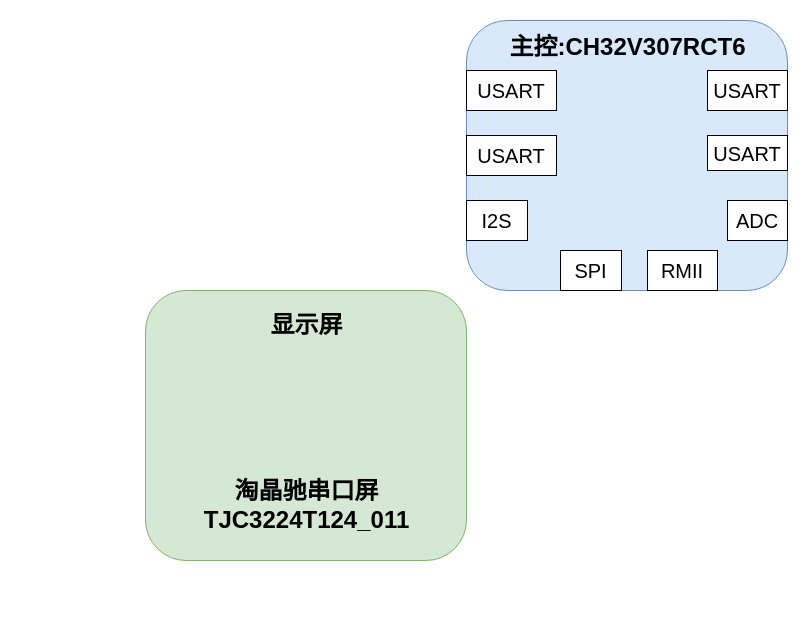
Above: 硬件架构图.drawio in zeandon/draw.io (draw.io), before the change. Source tidied: cells renumbered, new cells numbered last; positions are measured from the earlier drawing's top-left corner, leaving out a move shared by most shapes. Both pictures are drawn from the tidied source at 100%, with x=0, y=0 at pixel (145, 20).
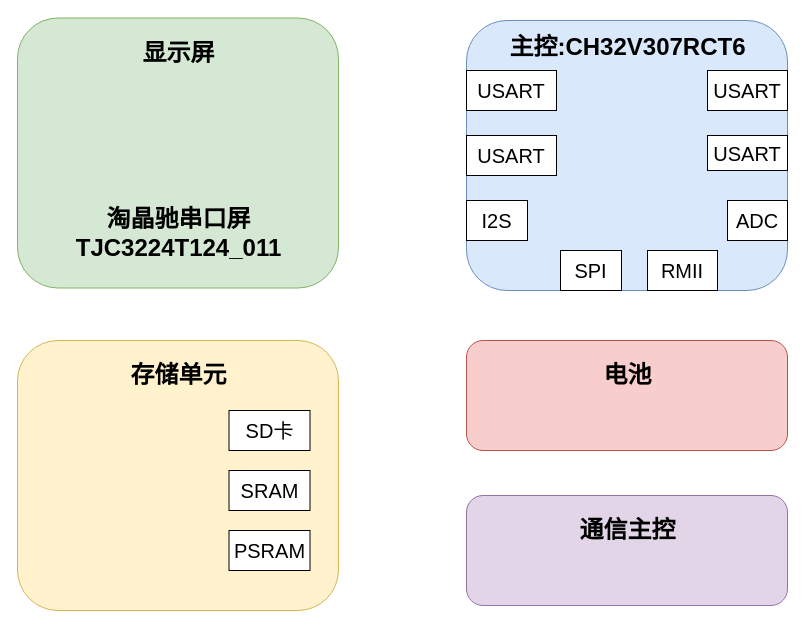
After the change.

Commit message (it also covers changes not shown here):
更新硬件架构图.drawio

The edit, as a diff of the source:
```diff
@@
     <mxCell id="12" style="rounded=1;whiteSpace=wrap;html=1;fillColor=#d5e8d4;strokeColor=#82b366;" parent="1" vertex="1">
-      <mxGeometry y="270" width="321" height="270" as="geometry" />
+      <mxGeometry x="-128" y="-2.5" width="321" height="270" as="geometry" />
     </mxCell>
     <mxCell id="13" value="显示屏" style="text;strokeColor=none;fillColor=none;html=1;fontSize=24;fontStyle=1;verticalAlign=middle;align=center;" parent="1" vertex="1">
-      <mxGeometry x="28.5" y="285" width="264" height="40" as="geometry" />
+      <mxGeometry x="-99.5" y="12.5" width="264" height="40" as="geometry" />
     </mxCell>
     <mxCell id="14" value="淘晶驰串口屏&lt;br&gt;TJC3224T124_011" style="text;strokeColor=none;fillColor=none;html=1;fontSize=24;fontStyle=1;verticalAlign=middle;align=center;" parent="1" vertex="1">
-      <mxGeometry x="28.5" y="450" width="264" height="70" as="geometry" />
+      <mxGeometry x="-99.5" y="177.5" width="264" height="70" as="geometry" />
     </mxCell>
+    <mxCell id="15" style="rounded=1;whiteSpace=wrap;html=1;fillColor=#fff2cc;strokeColor=#d6b656;" parent="1" vertex="1">
+      <mxGeometry x="-128" y="320" width="321" height="270" as="geometry" />
+    </mxCell>
+    <mxCell id="16" value="存储单元" style="text;strokeColor=none;fillColor=none;html=1;fontSize=24;fontStyle=1;verticalAlign=middle;align=center;" parent="1" vertex="1">
+      <mxGeometry x="-99.5" y="335" width="264" height="40" as="geometry" />
+    </mxCell>
+    <mxCell id="17" value="SD卡" style="rounded=0;whiteSpace=wrap;html=1;fontSize=20;" parent="1" vertex="1">
+      <mxGeometry x="83.5" y="390" width="81" height="40" as="geometry" />
+    </mxCell>
+    <mxCell id="18" value="SRAM" style="rounded=0;whiteSpace=wrap;html=1;fontSize=20;" parent="1" vertex="1">
+      <mxGeometry x="83.5" y="450" width="81" height="40" as="geometry" />
+    </mxCell>
+    <mxCell id="19" value="PSRAM" style="rounded=0;whiteSpace=wrap;html=1;fontSize=20;" parent="1" vertex="1">
+      <mxGeometry x="83.5" y="510" width="81" height="40" as="geometry" />
+    </mxCell>
+    <mxCell id="20" style="rounded=1;whiteSpace=wrap;html=1;fillColor=#f8cecc;strokeColor=#b85450;" parent="1" vertex="1">
+      <mxGeometry x="321" y="320" width="321" height="110" as="geometry" />
+    </mxCell>
+    <mxCell id="21" value="电池" style="text;strokeColor=none;fillColor=none;html=1;fontSize=24;fontStyle=1;verticalAlign=middle;align=center;" parent="1" vertex="1">
+      <mxGeometry x="349.5" y="335" width="264" height="40" as="geometry" />
+    </mxCell>
+    <mxCell id="22" style="rounded=1;whiteSpace=wrap;html=1;fillColor=#e1d5e7;strokeColor=#9673a6;" parent="1" vertex="1">
+      <mxGeometry x="321" y="475" width="321" height="110" as="geometry" />
+    </mxCell>
+    <mxCell id="23" value="通信主控" style="text;strokeColor=none;fillColor=none;html=1;fontSize=24;fontStyle=1;verticalAlign=middle;align=center;" parent="1" vertex="1">
+      <mxGeometry x="349.5" y="490" width="264" height="40" as="geometry" />
+    </mxCell>
```
